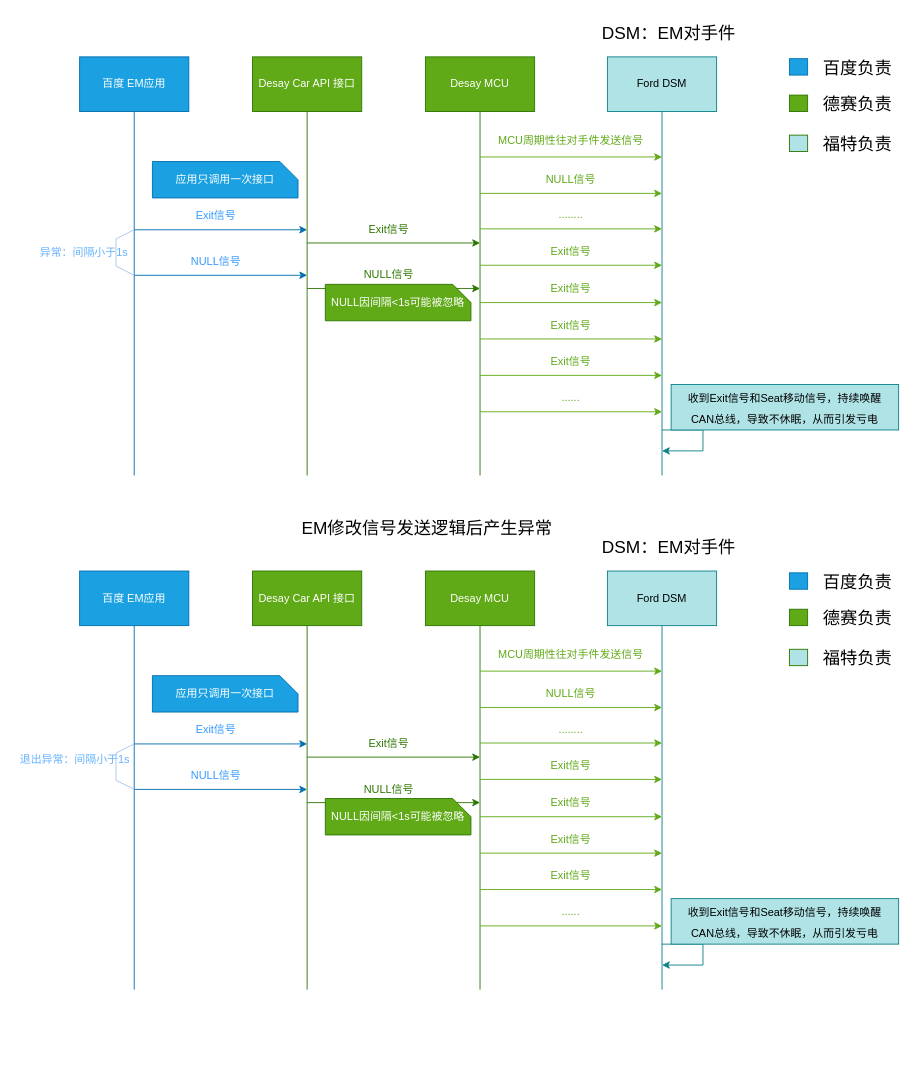
This is page "第 10 页" (10 of 11) of 未命名绘图.drawio from songlongGithub/CustomDemo, a draw.io file, before an edit. Source tidied: cells renumbered, new cells numbered last; positions are measured from the earlier drawing's top-left corner, leaving out a move shared by most shapes. Both pictures are drawn from the tidied source at 91%, with x=0, y=0 at pixel (15, 15).
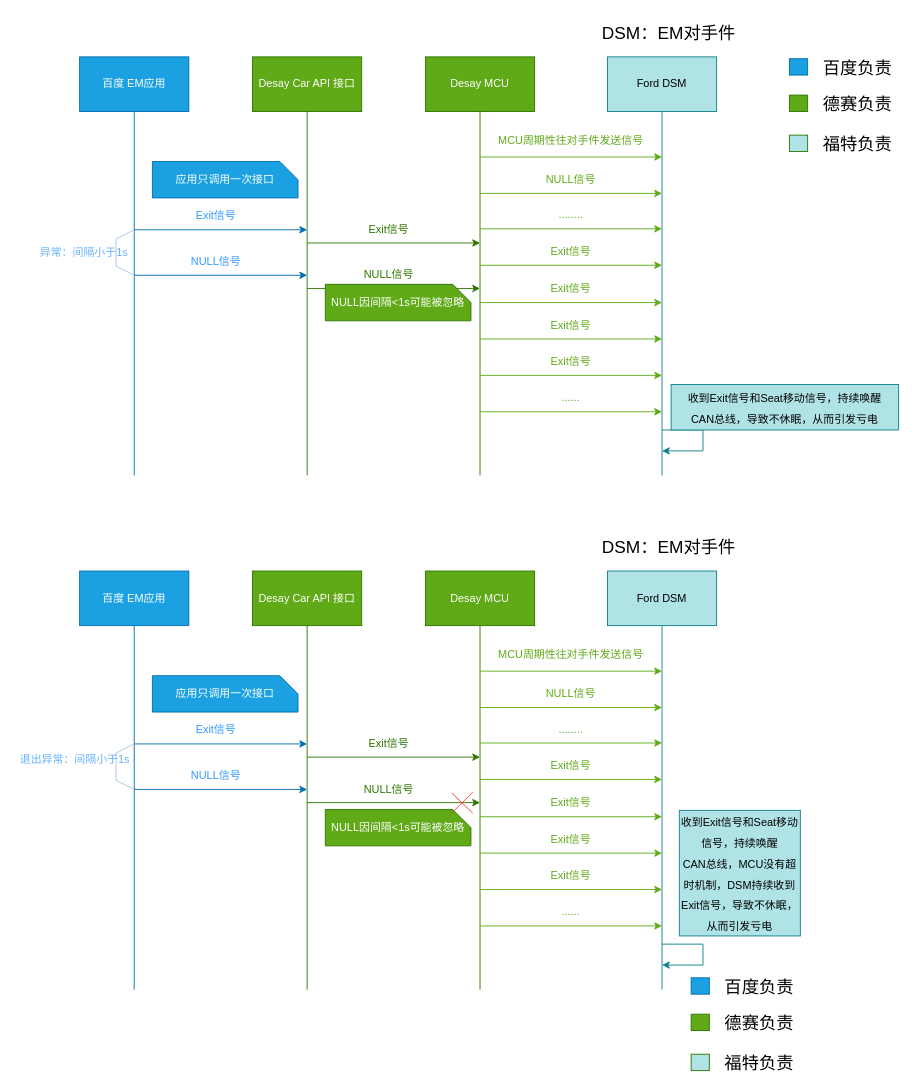
After the change.

Diff of the diagram source:
```diff
@@
     <mxCell id="63" value="NULL因间隔&amp;lt;1s可能被忽略" style="shape=card;whiteSpace=wrap;html=1;direction=south;size=20;fillColor=#60a917;strokeColor=#2D7600;fontColor=#ffffff;" parent="1" vertex="1">
-      <mxGeometry x="340" y="860" width="160" height="40" as="geometry" />
+      <mxGeometry x="340" y="872" width="160" height="40" as="geometry" />
     </mxCell>
@@
-    <mxCell id="84" value="&lt;font style=&quot;font-size: 12px;&quot;&gt;收到Exit信号和Seat移动信号，持续唤醒&lt;br&gt;CAN总线，导致不休眠，从而引发亏电&lt;/font&gt;" style="text;html=1;fillColor=#b0e3e6;align=center;verticalAlign=middle;whiteSpace=wrap;rounded=0;fontSize=19;strokeColor=#0e8088;" parent="1" vertex="1">
-      <mxGeometry x="720" y="970" width="250" height="50" as="geometry" />
+    <mxCell id="84" value="&lt;font style=&quot;font-size: 12px;&quot;&gt;收到Exit信号和Seat移动信号，持续唤醒&lt;br&gt;CAN总线，MCU没有超时机制，DSM持续收到Exit信号，导致不休眠，从而引发亏电&lt;/font&gt;" style="text;html=1;fillColor=#b0e3e6;align=center;verticalAlign=middle;whiteSpace=wrap;rounded=0;fontSize=19;strokeColor=#0e8088;" parent="1" vertex="1">
+      <mxGeometry x="729" y="873" width="133" height="138" as="geometry" />
     </mxCell>
@@
     <mxCell id="86" style="rounded=0;whiteSpace=wrap;html=1;strokeColor=#006EAF;fontSize=19;fontColor=#ffffff;fillColor=#1ba1e2;" parent="1" vertex="1">
-      <mxGeometry x="850" y="612" width="20" height="18" as="geometry" />
+      <mxGeometry x="742" y="1057" width="20" height="18" as="geometry" />
     </mxCell>
     <mxCell id="87" value="百度负责" style="text;html=1;strokeColor=none;fillColor=none;align=center;verticalAlign=middle;whiteSpace=wrap;rounded=0;fontSize=19;fontColor=#000000;" parent="1" vertex="1">
-      <mxGeometry x="880" y="610" width="90" height="26" as="geometry" />
+      <mxGeometry x="772" y="1055" width="90" height="26" as="geometry" />
     </mxCell>
     <mxCell id="88" style="rounded=0;whiteSpace=wrap;html=1;strokeColor=#2D7600;fontSize=19;fontColor=#ffffff;fillColor=#60a917;" parent="1" vertex="1">
-      <mxGeometry x="850" y="652" width="20" height="18" as="geometry" />
+      <mxGeometry x="742" y="1097" width="20" height="18" as="geometry" />
     </mxCell>
     <mxCell id="89" value="德赛负责" style="text;html=1;strokeColor=none;fillColor=none;align=center;verticalAlign=middle;whiteSpace=wrap;rounded=0;fontSize=19;fontColor=#000000;" parent="1" vertex="1">
-      <mxGeometry x="880" y="650" width="90" height="26" as="geometry" />
+      <mxGeometry x="772" y="1095" width="90" height="26" as="geometry" />
     </mxCell>
     <mxCell id="90" style="rounded=0;whiteSpace=wrap;html=1;strokeColor=#2D7600;fontSize=19;fontColor=#ffffff;fillColor=#B0E3E6;" parent="1" vertex="1">
-      <mxGeometry x="850" y="696" width="20" height="18" as="geometry" />
+      <mxGeometry x="742" y="1141" width="20" height="18" as="geometry" />
     </mxCell>
     <mxCell id="91" value="福特负责" style="text;html=1;strokeColor=none;fillColor=none;align=center;verticalAlign=middle;whiteSpace=wrap;rounded=0;fontSize=19;fontColor=#000000;" parent="1" vertex="1">
-      <mxGeometry x="880" y="694" width="90" height="26" as="geometry" />
+      <mxGeometry x="772" y="1139" width="90" height="26" as="geometry" />
     </mxCell>
-    <mxCell id="92" value="EM修改信号发送逻辑后产生异常" style="text;html=1;strokeColor=none;fillColor=none;align=center;verticalAlign=middle;whiteSpace=wrap;rounded=0;fontSize=19;fontColor=#000000;" parent="1" vertex="1">
-      <mxGeometry x="304" y="545" width="296" height="38" as="geometry" />
-    </mxCell>
+    <mxCell id="93" style="endArrow=none;html=1;rounded=0;strokeColor=#FF3333;fontSize=19;fontColor=#60A917;" parent="1" edge="1">
+      <mxGeometry relative="1" as="geometry">
+        <mxPoint x="478" y="877" as="sourcePoint" />
+        <mxPoint x="502" y="853" as="targetPoint" />
+      </mxGeometry>
+    </mxCell>
+    <mxCell id="94" style="endArrow=none;html=1;rounded=0;strokeColor=#FF3333;fontSize=19;fontColor=#60A917;" parent="1" edge="1">
+      <mxGeometry relative="1" as="geometry">
+        <mxPoint x="502" y="876" as="sourcePoint" />
+        <mxPoint x="479" y="854" as="targetPoint" />
+      </mxGeometry>
+    </mxCell>
```
